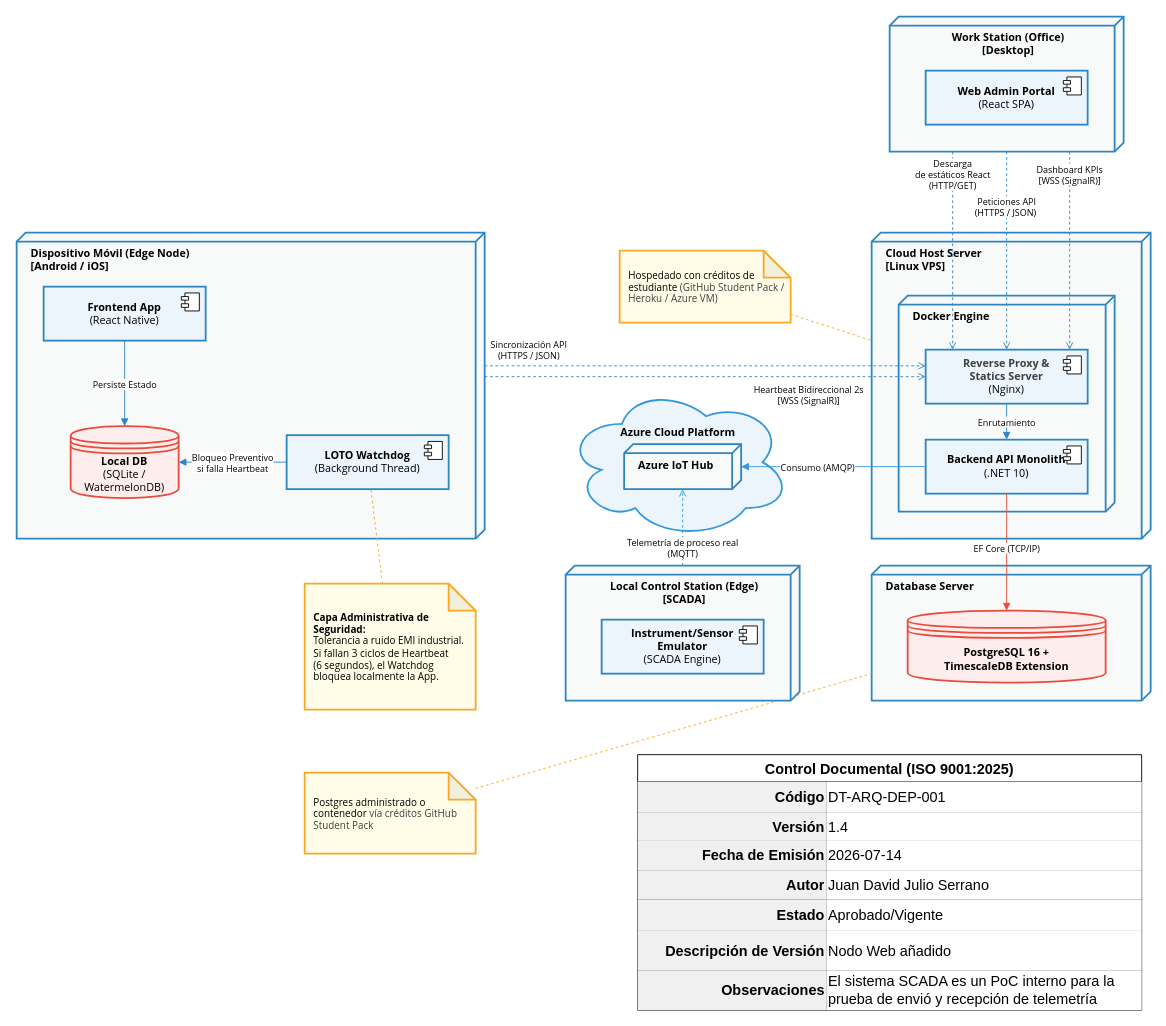
Above: page "Ver 2.x" (2 of 2) of architecture/views/DT-ARQ-DEP-001-deployment-model.drawio in Novav20/adso-dteam-docs (draw.io), before the change. Source tidied: cells renumbered, new cells numbered last; positions are measured from the earlier drawing's top-left corner, leaving out a move shared by most shapes. Both pictures are drawn from the tidied source at 90%, with x=0, y=0 at pixel (16, 16).
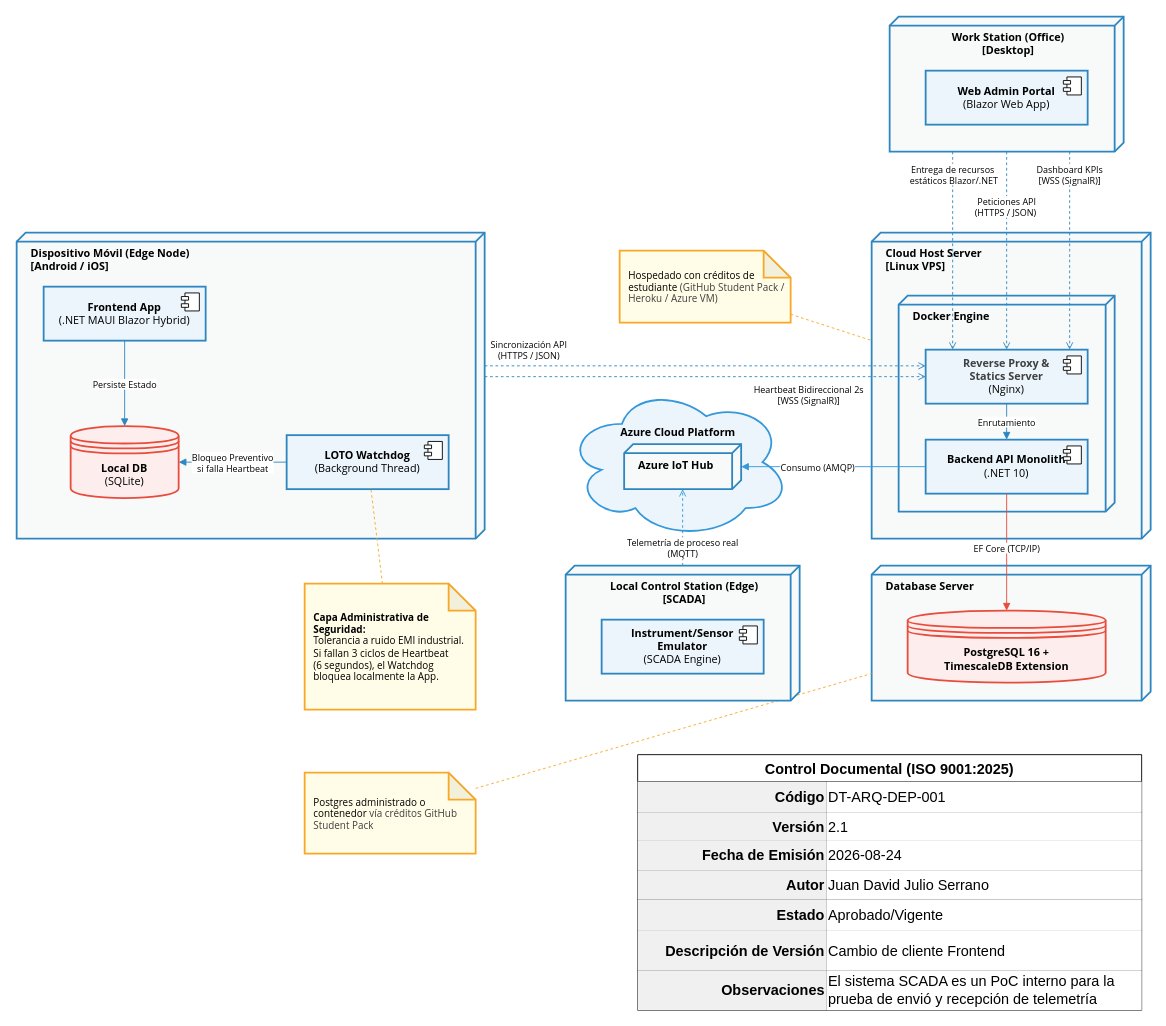
The same page after the edit.

Commit message (it also covers changes not shown here):
docs: adopt MAUI Blazor Hybrid stack

The change refers to these unchanged cells:
```xml
<mxCell id="12" value="&lt;b style=&quot;color: rgb(63, 63, 63); scrollbar-color: rgb(226, 226, 226) rgb(251, 251, 251);&quot;&gt;Reverse Proxy &amp;amp; &lt;br&gt;Statics Server&lt;/b&gt;&lt;br&gt;(Nginx)" style="html=1;whiteSpace=wrap;fillColor=#EBF5FB;strokeColor=#2E86C1;strokeWidth=2;fontSize=12;fontFamily=Segoe UI;" parent="1" vertex="1">
  <mxGeometry x="1010" y="370" width="180" height="60" as="geometry" />
</mxCell>
<mxCell id="32" style="shape=tableRow;horizontal=0;startSize=0;swimlaneHead=0;swimlaneBody=0;strokeColor=inherit;top=0;left=0;bottom=0;right=0;fillColor=none;fontSize=16;" parent="28" vertex="1">
  <mxGeometry y="64" width="560" height="31" as="geometry" />
</mxCell>
<mxCell id="35" style="shape=tableRow;horizontal=0;startSize=0;swimlaneHead=0;swimlaneBody=0;strokeColor=inherit;top=0;left=0;bottom=0;right=0;fillColor=none;fontSize=16;" parent="28" vertex="1">
  <mxGeometry y="95" width="560" height="34" as="geometry" />
</mxCell>
<mxCell id="44" style="shape=tableRow;horizontal=0;startSize=0;swimlaneHead=0;swimlaneBody=0;strokeColor=inherit;top=0;left=0;bottom=0;right=0;fillColor=none;fontSize=16;" parent="28" vertex="1">
  <mxGeometry y="195" width="560" height="45" as="geometry" />
</mxCell>
<mxCell id="58" style="group;" parent="1" vertex="1">
  <mxGeometry x="970" width="260" height="150" as="geometry" />
</mxCell>
<mxCell id="59" value="Work Station (Office)&lt;br&gt;[Desktop]" style="verticalAlign=top;align=center;shape=cube;size=10;direction=south;fontStyle=1;html=1;boundedLbl=1;spacingLeft=14;whiteSpace=wrap;fillColor=#F8F9F9;strokeColor=#2E86C1;strokeWidth=2;fontSize=12;fontFamily=Segoe UI;" parent="58" vertex="1">
  <mxGeometry width="260" height="150" as="geometry" />
</mxCell>
```

Change to the diagram source:
```diff
@@
-    <mxCell id="3" value="&lt;b&gt;Frontend App&lt;/b&gt;&lt;br/&gt;(React Native)" style="html=1;whiteSpace=wrap;fillColor=#EBF5FB;strokeColor=#2E86C1;strokeWidth=2;fontSize=12;fontFamily=Segoe UI;" parent="1" vertex="1">
+    <mxCell id="3" value="&lt;b&gt;Frontend App&lt;/b&gt;&lt;br&gt;(.NET MAUI Blazor Hybrid)" style="html=1;whiteSpace=wrap;fillColor=#EBF5FB;strokeColor=#2E86C1;strokeWidth=2;fontSize=12;fontFamily=Segoe UI;" parent="1" vertex="1">
       <mxGeometry x="30" y="300" width="180" height="60" as="geometry" />
     </mxCell>
@@
-    <mxCell id="7" value="&lt;b&gt;Local DB&lt;/b&gt;&lt;br/&gt;(SQLite / WatermelonDB)" style="shape=datastore;whiteSpace=wrap;html=1;fillColor=#FDEDEC;strokeColor=#E74C3C;strokeWidth=2;fontSize=12;fontFamily=Segoe UI;" parent="1" vertex="1">
+    <mxCell id="7" value="&lt;b&gt;Local DB&lt;/b&gt;&lt;br&gt;(SQLite)" style="shape=datastore;whiteSpace=wrap;html=1;fillColor=#FDEDEC;strokeColor=#E74C3C;strokeWidth=2;fontSize=12;fontFamily=Segoe UI;" parent="1" vertex="1">
       <mxGeometry x="60" y="455" width="120" height="80" as="geometry" />
     </mxCell>
@@
-    <mxCell id="34" value="1.4" style="shape=partialRectangle;html=1;whiteSpace=wrap;strokeColor=inherit;overflow=hidden;fillColor=default;top=0;left=0;bottom=0;right=0;fontSize=16;align=left;" parent="32" vertex="1">
+    <mxCell id="34" value="2.1" style="shape=partialRectangle;html=1;whiteSpace=wrap;strokeColor=inherit;overflow=hidden;fillColor=default;top=0;left=0;bottom=0;right=0;fontSize=16;align=left;" parent="32" vertex="1">
       <mxGeometry x="210" width="350" height="31" as="geometry" />
     </mxCell>
@@
-    <mxCell id="37" value="2026-07-14" style="shape=partialRectangle;html=1;whiteSpace=wrap;strokeColor=inherit;overflow=hidden;fillColor=default;top=0;left=0;bottom=0;right=0;fontSize=16;align=left;" parent="35" vertex="1">
+    <mxCell id="37" value="2026-08-24" style="shape=partialRectangle;html=1;whiteSpace=wrap;strokeColor=inherit;overflow=hidden;fillColor=default;top=0;left=0;bottom=0;right=0;fontSize=16;align=left;" parent="35" vertex="1">
       <mxGeometry x="210" width="350" height="34" as="geometry" />
     </mxCell>
@@
-    <mxCell id="46" value="&lt;span style=&quot;color: rgb(0, 0, 0);&quot;&gt;Nodo Web añadido&lt;/span&gt;" style="shape=partialRectangle;html=1;whiteSpace=wrap;strokeColor=inherit;overflow=hidden;fillColor=default;top=0;left=0;bottom=0;right=0;fontSize=16;align=left;" parent="44" vertex="1">
+    <mxCell id="46" value="&lt;span style=&quot;color: rgb(0, 0, 0);&quot;&gt;Cambio de cliente Frontend&lt;/span&gt;" style="shape=partialRectangle;html=1;whiteSpace=wrap;strokeColor=inherit;overflow=hidden;fillColor=default;top=0;left=0;bottom=0;right=0;fontSize=16;align=left;" parent="44" vertex="1">
       <mxGeometry x="210" width="350" height="45" as="geometry" />
     </mxCell>
@@
-    <mxCell id="60" value="&lt;b&gt;Web Admin Portal&lt;/b&gt;&lt;br&gt;(React SPA)" style="html=1;whiteSpace=wrap;fillColor=#EBF5FB;strokeColor=#2E86C1;strokeWidth=2;fontSize=12;fontFamily=Segoe UI;" parent="58" vertex="1">
+    <mxCell id="60" value="&lt;b&gt;Web Admin Portal&lt;/b&gt;&lt;br&gt;(Blazor Web App)" style="html=1;whiteSpace=wrap;fillColor=#EBF5FB;strokeColor=#2E86C1;strokeWidth=2;fontSize=12;fontFamily=Segoe UI;" parent="58" vertex="1">
       <mxGeometry x="40" y="60" width="180" height="60" as="geometry" />
     </mxCell>
@@
-    <mxCell id="62" value="&lt;span style=&quot;color: rgb(0, 0, 0);&quot;&gt;Descarga&lt;/span&gt;&lt;br style=&quot;color: rgb(63, 63, 63); scrollbar-color: rgb(226, 226, 226) rgb(251, 251, 251);&quot;&gt;&lt;span style=&quot;color: rgb(0, 0, 0);&quot;&gt;de estáticos React&lt;br&gt;&lt;/span&gt;(HTTP/GET)" style="rounded=0;jettySize=auto;html=1;endArrow=open;endFill=0;dashed=1;strokeColor=#2E86C1;fontFamily=Segoe UI;fontSize=10;edgeStyle=orthogonalEdgeStyle;" parent="1" edge="1" source="59" target="12">
+    <mxCell id="62" value="Entrega de recursos&lt;br&gt;&amp;nbsp;estáticos Blazor/.NET" style="rounded=0;jettySize=auto;html=1;endArrow=open;endFill=0;dashed=1;strokeColor=#2E86C1;fontFamily=Segoe UI;fontSize=10;edgeStyle=orthogonalEdgeStyle;" parent="1" edge="1" source="59" target="12">
       <mxGeometry x="-0.77" relative="1" as="geometry">
         <Array as="points">
           <mxPoint x="1040" y="190" />
           <mxPoint x="1040" y="190" />
         </Array>
       </mxGeometry>
     </mxCell>
```
